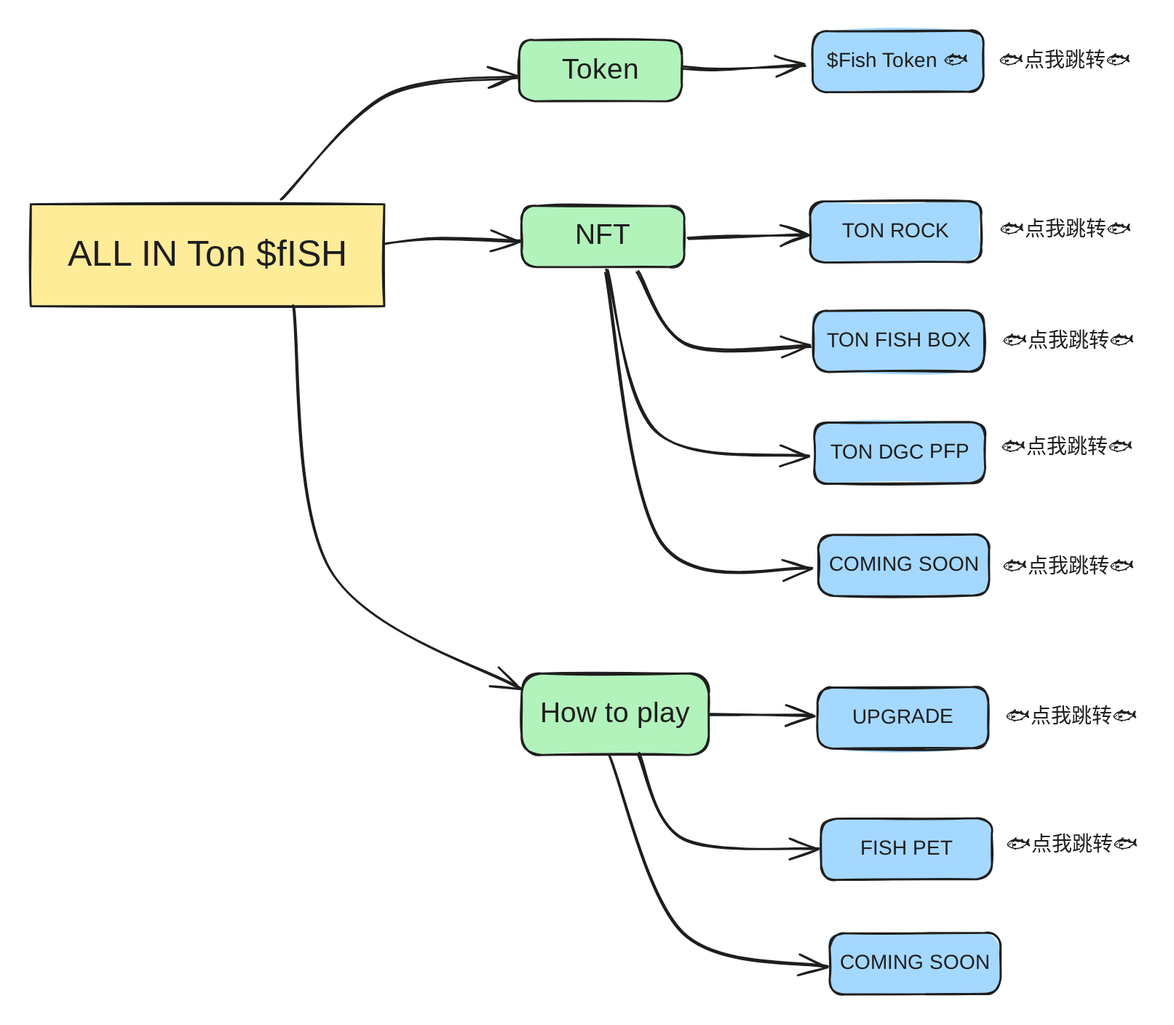
Above: .gitbook/assets/file.excalidraw (1).svg in buyan001/FISH-CN (Excalidraw), before the change. Source tidied: one line per element, renumbered; positions are measured from the earlier drawing's top-left corner, leaving out a move shared by most shapes. Its diagram source:
```json
{"id": 0, "type": "rectangle", "strokeColor": "#1e1e1e", "backgroundColor": "#ffec99", "fillStyle": "solid", "strokeWidth": 2, "roughness": 1, "x": 0, "y": 170, "width": 347, "height": 100}
{"id": 1, "type": "rectangle", "strokeColor": "#1e1e1e", "angle": 6.28, "backgroundColor": "#a5d8ff", "fillStyle": "solid", "strokeWidth": 2, "roughness": 1, "round": true, "x": 767, "y": 0, "width": 168, "height": 60}
{"id": 2, "type": "rectangle", "strokeColor": "#1e1e1e", "backgroundColor": "#b2f2bb", "fillStyle": "solid", "strokeWidth": 2, "roughness": 1, "round": true, "x": 482, "y": 631, "width": 184, "height": 80}
{"id": 3, "type": "rectangle", "strokeColor": "#1e1e1e", "backgroundColor": "#b2f2bb", "fillStyle": "solid", "strokeWidth": 2, "roughness": 1, "round": true, "x": 480, "y": 9, "width": 160, "height": 60}
{"id": 4, "type": "arrow", "strokeColor": "#1e1e1e", "strokeWidth": 2, "roughness": 1, "endArrowhead": "arrow", "round": true, "from": 3, "to": 1, "x": 640, "y": 36, "width": 121, "height": 4, "points": [[0, 0], [35, 2], [121, -3]]}
{"id": 5, "type": "arrow", "strokeColor": "#1e1e1e", "strokeWidth": 2, "roughness": 1, "endArrowhead": "arrow", "round": true, "from": 0, "to": 12, "x": 348, "y": 208, "width": 131, "height": 4, "points": [[0, 0], [50, -4], [131, -3]]}
{"id": 6, "type": "arrow", "strokeColor": "#1e1e1e", "strokeWidth": 2, "roughness": 1, "endArrowhead": "arrow", "round": true, "from": 0, "to": 2, "x": 257, "y": 271, "width": 223, "height": 375, "points": [[0, 0], [38, 258], [223, 375]]}
{"id": 7, "type": "text", "text": "ALL IN Ton $fISH", "strokeColor": "#1e1e1e", "strokeWidth": 2, "roughness": 1, "fontSize": 36, "fontFamily": 1, "textAlign": "center", "verticalAlign": "middle", "inside": 0, "x": 5, "y": 198, "width": 337, "height": 45}
{"id": 8, "type": "text", "text": "$Fish Token 🐟", "strokeColor": "#1e1e1e", "angle": 6.28, "strokeWidth": 2, "roughness": 1, "fontSize": 20, "fontFamily": 1, "textAlign": "center", "verticalAlign": "middle", "inside": 1, "x": 773, "y": 18, "width": 157, "height": 25}
{"id": 9, "type": "text", "text": "How to play", "strokeColor": "#1e1e1e", "strokeWidth": 2, "roughness": 1, "fontSize": 28, "fontFamily": 1, "textAlign": "center", "verticalAlign": "middle", "inside": 2, "x": 494, "y": 653, "width": 160, "height": 35}
{"id": 10, "type": "text", "text": "Token", "strokeColor": "#1e1e1e", "strokeWidth": 2, "roughness": 1, "fontSize": 28, "fontFamily": 1, "textAlign": "center", "verticalAlign": "middle", "inside": 3, "x": 519, "y": 22, "width": 80, "height": 35}
{"id": 11, "type": "arrow", "strokeColor": "#1e1e1e", "strokeWidth": 2, "roughness": 1, "endArrowhead": "arrow", "round": true, "from": 0, "to": 3, "x": 246, "y": 165, "width": 232, "height": 119, "points": [[0, 0], [101, -101], [232, -119]]}
{"id": 12, "type": "rectangle", "strokeColor": "#1e1e1e", "backgroundColor": "#b2f2bb", "fillStyle": "solid", "strokeWidth": 2, "roughness": 1, "round": true, "x": 482, "y": 172, "width": 160, "height": 60}
{"id": 13, "type": "text", "text": "NFT", "strokeColor": "#1e1e1e", "strokeWidth": 2, "roughness": 1, "fontSize": 28, "fontFamily": 1, "textAlign": "center", "verticalAlign": "middle", "inside": 12, "x": 533, "y": 184, "width": 57, "height": 35}
{"id": 14, "type": "rectangle", "strokeColor": "#1e1e1e", "angle": 6.28, "backgroundColor": "#a5d8ff", "fillStyle": "solid", "strokeWidth": 2, "roughness": 1, "round": true, "x": 765, "y": 167, "width": 168, "height": 60}
{"id": 15, "type": "text", "text": "TON ROCK", "strokeColor": "#1e1e1e", "angle": 6.28, "strokeWidth": 2, "roughness": 1, "fontSize": 20, "fontFamily": 1, "textAlign": "center", "verticalAlign": "middle", "inside": 14, "x": 796, "y": 185, "width": 107, "height": 25}
{"id": 16, "type": "arrow", "strokeColor": "#1e1e1e", "strokeWidth": 2, "roughness": 1, "endArrowhead": "arrow", "round": true, "from": 12, "to": 14, "x": 645, "y": 205, "width": 117, "height": 5, "points": [[0, 0], [37, -2], [117, -5]]}
{"id": 17, "type": "arrow", "strokeColor": "#1e1e1e", "strokeWidth": 2, "roughness": 1, "endArrowhead": "arrow", "round": true, "from": 12, "to": 18, "x": 596, "y": 237, "width": 170, "height": 72, "points": [[0, 0], [49, 71], [170, 72]]}
{"id": 18, "type": "rectangle", "strokeColor": "#1e1e1e", "angle": 6.28, "backgroundColor": "#a5d8ff", "fillStyle": "solid", "strokeWidth": 2, "roughness": 1, "round": true, "x": 768, "y": 275, "width": 168, "height": 60}
{"id": 19, "type": "text", "text": "TON FISH BOX", "strokeColor": "#1e1e1e", "angle": 6.28, "strokeWidth": 2, "roughness": 1, "fontSize": 20, "fontFamily": 1, "textAlign": "center", "verticalAlign": "middle", "inside": 18, "x": 777, "y": 292, "width": 150, "height": 25}
{"id": 20, "type": "rectangle", "strokeColor": "#1e1e1e", "angle": 6.28, "backgroundColor": "#a5d8ff", "fillStyle": "solid", "strokeWidth": 2, "roughness": 1, "round": true, "x": 769, "y": 384, "width": 168, "height": 60}
{"id": 21, "type": "text", "text": "TON DGC PFP", "strokeColor": "#1e1e1e", "angle": 6.28, "strokeWidth": 2, "roughness": 1, "fontSize": 20, "fontFamily": 1, "textAlign": "center", "verticalAlign": "middle", "inside": 20, "x": 780, "y": 402, "width": 146, "height": 25}
{"id": 22, "type": "arrow", "strokeColor": "#1e1e1e", "strokeWidth": 2, "roughness": 1, "endArrowhead": "arrow", "round": true, "from": 12, "to": 20, "x": 567, "y": 234, "width": 196, "height": 184, "points": [[0, 0], [48, 161], [196, 184]]}
{"id": 23, "type": "arrow", "strokeColor": "#1e1e1e", "strokeWidth": 2, "roughness": 1, "endArrowhead": "arrow", "round": true, "from": 2, "to": 24, "x": 667, "y": 672, "width": 102, "height": 1, "points": [[0, 0], [102, -1]]}
{"id": 24, "type": "rectangle", "strokeColor": "#1e1e1e", "angle": 6.28, "backgroundColor": "#a5d8ff", "fillStyle": "solid", "strokeWidth": 2, "roughness": 1, "round": true, "x": 772, "y": 644, "width": 168, "height": 60}
{"id": 25, "type": "text", "text": "UPGRADE", "strokeColor": "#1e1e1e", "angle": 6.28, "strokeWidth": 2, "roughness": 1, "fontSize": 20, "fontFamily": 1, "textAlign": "center", "verticalAlign": "middle", "inside": 24, "x": 807, "y": 662, "width": 99, "height": 25}
{"id": 26, "type": "arrow", "strokeColor": "#1e1e1e", "strokeWidth": 2, "roughness": 1, "endArrowhead": "arrow", "round": true, "to": 27, "x": 597, "y": 710, "width": 176, "height": 93, "points": [[0, 0], [43, 82], [176, 93]]}
{"id": 27, "type": "rectangle", "strokeColor": "#1e1e1e", "angle": 6.28, "backgroundColor": "#a5d8ff", "fillStyle": "solid", "strokeWidth": 2, "roughness": 1, "round": true, "x": 776, "y": 773, "width": 168, "height": 60}
{"id": 28, "type": "text", "text": "FISH PET", "strokeColor": "#1e1e1e", "angle": 6.28, "strokeWidth": 2, "roughness": 1, "fontSize": 20, "fontFamily": 1, "textAlign": "center", "verticalAlign": "middle", "inside": 27, "x": 810, "y": 790, "width": 98, "height": 25}
{"id": 29, "type": "arrow", "strokeColor": "#1e1e1e", "strokeWidth": 2, "roughness": 1, "endArrowhead": "arrow", "round": true, "from": 12, "to": 30, "x": 565, "y": 239, "width": 202, "height": 289, "points": [[0, 0], [54, 264], [202, 289]]}
{"id": 30, "type": "rectangle", "strokeColor": "#1e1e1e", "angle": 6.28, "backgroundColor": "#a5d8ff", "fillStyle": "solid", "strokeWidth": 2, "roughness": 1, "round": true, "x": 773, "y": 494, "width": 168, "height": 60}
{"id": 31, "type": "text", "text": "COMING SOON", "strokeColor": "#1e1e1e", "angle": 6.28, "strokeWidth": 2, "roughness": 1, "fontSize": 20, "fontFamily": 1, "textAlign": "center", "verticalAlign": "middle", "inside": 30, "x": 784, "y": 512, "width": 146, "height": 25}
{"id": 32, "type": "arrow", "strokeColor": "#1e1e1e", "strokeWidth": 2, "roughness": 1, "endArrowhead": "arrow", "round": true, "from": 2, "to": 33, "x": 568, "y": 712, "width": 214, "height": 206, "points": [[0, 0], [73, 174], [214, 206]]}
{"id": 33, "type": "rectangle", "strokeColor": "#1e1e1e", "angle": 6.28, "backgroundColor": "#a5d8ff", "fillStyle": "solid", "strokeWidth": 2, "roughness": 1, "round": true, "x": 784, "y": 885, "width": 168, "height": 60}
{"id": 34, "type": "text", "text": "COMING SOON", "strokeColor": "#1e1e1e", "angle": 6.28, "strokeWidth": 2, "roughness": 1, "fontSize": 20, "fontFamily": 1, "textAlign": "center", "verticalAlign": "middle", "inside": 33, "x": 795, "y": 903, "width": 146, "height": 25}
{"id": 35, "type": "text", "text": "🐟点我跳转🐟", "strokeColor": "#1e1e1e", "strokeWidth": 2, "roughness": 1, "fontSize": 20, "fontFamily": 3, "x": 950, "y": 18, "width": 135, "height": 24}
{"id": 36, "type": "text", "text": "🐟点我跳转🐟", "strokeColor": "#1e1e1e", "strokeWidth": 2, "roughness": 1, "fontSize": 20, "fontFamily": 3, "x": 951, "y": 183, "width": 135, "height": 24}
{"id": 37, "type": "text", "text": "🐟点我跳转🐟", "strokeColor": "#1e1e1e", "strokeWidth": 2, "roughness": 1, "fontSize": 20, "fontFamily": 3, "x": 957, "y": 787, "width": 135, "height": 24}
{"id": 38, "type": "text", "text": "🐟点我跳转🐟", "strokeColor": "#1e1e1e", "strokeWidth": 2, "roughness": 1, "fontSize": 20, "fontFamily": 3, "x": 954, "y": 514, "width": 135, "height": 24}
{"id": 39, "type": "text", "text": "🐟点我跳转🐟", "strokeColor": "#1e1e1e", "strokeWidth": 2, "roughness": 1, "fontSize": 20, "fontFamily": 3, "x": 952, "y": 397, "width": 135, "height": 24}
{"id": 40, "type": "text", "text": "🐟点我跳转🐟", "strokeColor": "#1e1e1e", "strokeWidth": 2, "roughness": 1, "fontSize": 20, "fontFamily": 3, "x": 954, "y": 293, "width": 135, "height": 24}
{"id": 41, "type": "text", "text": "🐟点我跳转🐟", "strokeColor": "#1e1e1e", "strokeWidth": 2, "roughness": 1, "fontSize": 20, "fontFamily": 3, "x": 956, "y": 662, "width": 135, "height": 24}
```
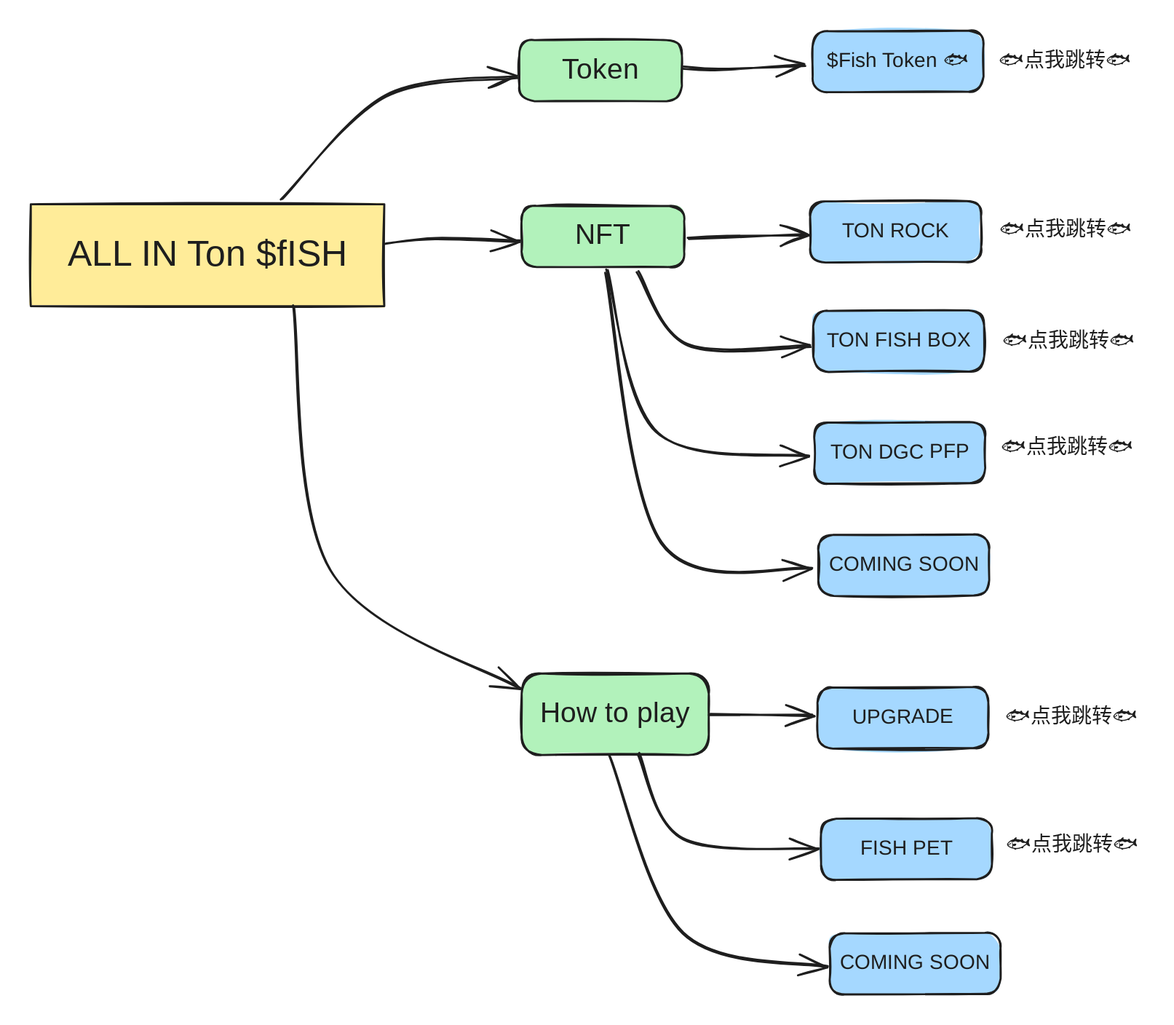
Later version of the same file.

Change to the diagram source:
```diff
@@ -36,7 +36,6 @@
 {"id": 35, "type": "text", "text": "🐟点我跳转🐟", "strokeColor": "#1e1e1e", "strokeWidth": 2, "roughness": 1, "fontSize": 20, "fontFamily": 3, "x": 950, "y": 18, "width": 135, "height": 24}
 {"id": 36, "type": "text", "text": "🐟点我跳转🐟", "strokeColor": "#1e1e1e", "strokeWidth": 2, "roughness": 1, "fontSize": 20, "fontFamily": 3, "x": 951, "y": 183, "width": 135, "height": 24}
 {"id": 37, "type": "text", "text": "🐟点我跳转🐟", "strokeColor": "#1e1e1e", "strokeWidth": 2, "roughness": 1, "fontSize": 20, "fontFamily": 3, "x": 957, "y": 787, "width": 135, "height": 24}
-{"id": 38, "type": "text", "text": "🐟点我跳转🐟", "strokeColor": "#1e1e1e", "strokeWidth": 2, "roughness": 1, "fontSize": 20, "fontFamily": 3, "x": 954, "y": 514, "width": 135, "height": 24}
 {"id": 39, "type": "text", "text": "🐟点我跳转🐟", "strokeColor": "#1e1e1e", "strokeWidth": 2, "roughness": 1, "fontSize": 20, "fontFamily": 3, "x": 952, "y": 397, "width": 135, "height": 24}
 {"id": 40, "type": "text", "text": "🐟点我跳转🐟", "strokeColor": "#1e1e1e", "strokeWidth": 2, "roughness": 1, "fontSize": 20, "fontFamily": 3, "x": 954, "y": 293, "width": 135, "height": 24}
 {"id": 41, "type": "text", "text": "🐟点我跳转🐟", "strokeColor": "#1e1e1e", "strokeWidth": 2, "roughness": 1, "fontSize": 20, "fontFamily": 3, "x": 956, "y": 662, "width": 135, "height": 24}
```
